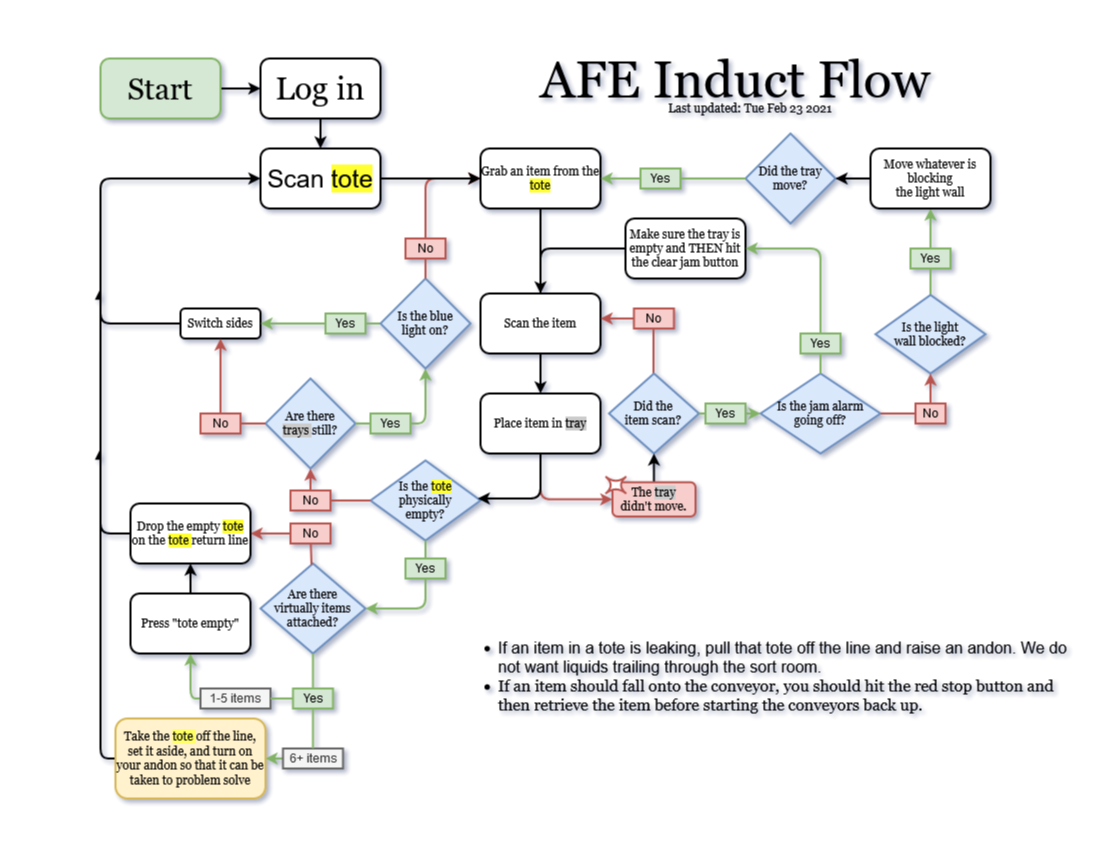
Pshock13/shocklp keeps this draw.io diagram as media/AFE_Flows-Induct.png. Above is the earlier version. Source tidied: cells renumbered, new cells last; positions are measured from the earlier drawing's top-left corner, leaving out a move shared by most shapes.
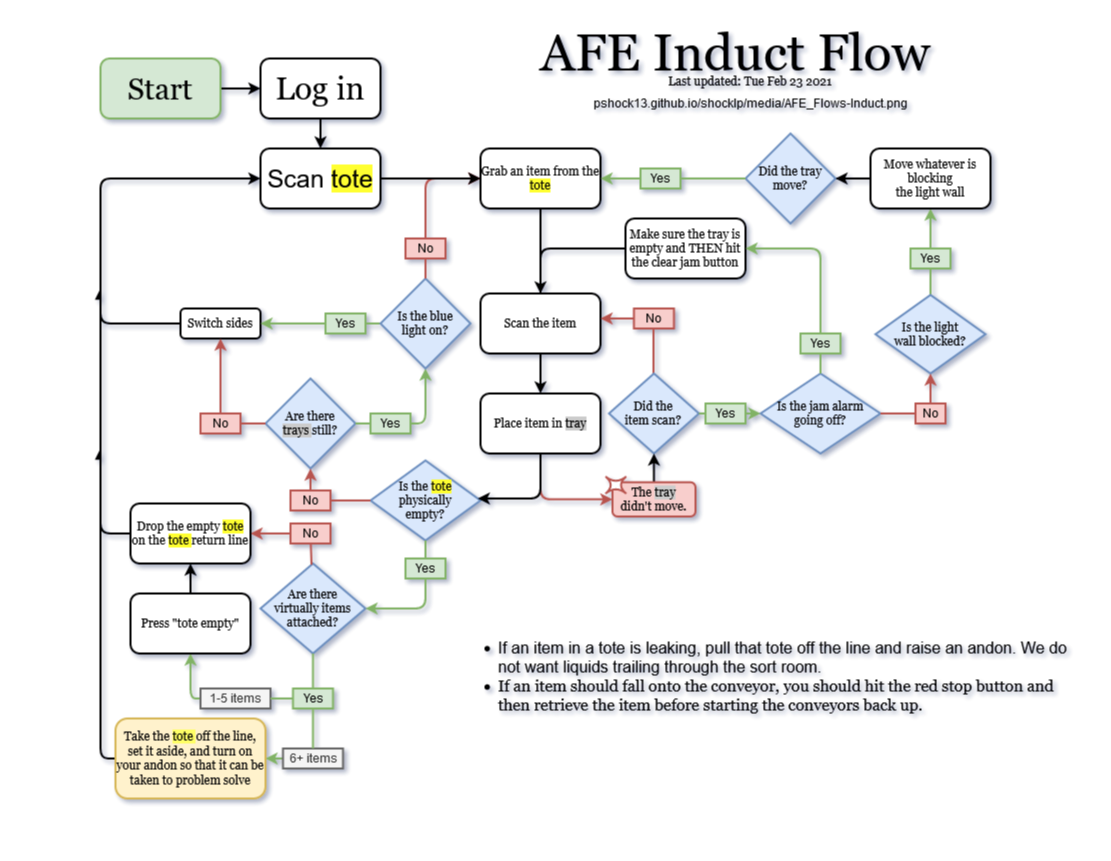
Above is the later version.

Commit message:
update media w/ links

Change to the diagram source:
```diff
@@ -307,7 +307,7 @@
     </mxCell>
     <object id="59" label="&lt;font face=&quot;Georgia&quot;&gt;Last updated: %date{ddd mmm dd yyyy}%&lt;/font&gt;" placeholders="1">
       <mxCell style="text;html=1;strokeColor=none;fillColor=none;align=center;verticalAlign=middle;whiteSpace=wrap;overflow=hidden;rounded=0;strokeWidth=2;" parent="1" vertex="1">
-        <mxGeometry x="560" y="40" width="200" height="20" as="geometry" />
+        <mxGeometry x="560" y="13" width="200" height="20" as="geometry" />
       </mxCell>
     </object>
     <mxCell id="60" value="&lt;div&gt;&lt;font face=&quot;Georgia&quot;&gt;Are there&lt;/font&gt;&lt;/div&gt;&lt;div&gt;&lt;font face=&quot;Georgia&quot;&gt;virtually items attached?&lt;/font&gt;&lt;/div&gt;" style="rhombus;whiteSpace=wrap;html=1;rounded=0;fillColor=#dae8fc;strokeColor=#6c8ebf;align=center;strokeWidth=2;" parent="1" vertex="1">
@@ -425,10 +425,13 @@
       </mxGeometry>
     </mxCell>
     <mxCell id="89" value="&lt;font style=&quot;font-size: 52px&quot; face=&quot;Georgia&quot;&gt;AFE Induct Flow&lt;/font&gt;" style="text;html=1;strokeColor=none;fillColor=none;align=center;verticalAlign=middle;whiteSpace=wrap;rounded=0;strokeWidth=2;" parent="1" vertex="1">
-      <mxGeometry x="380" y="10" width="530" height="20" as="geometry" />
+      <mxGeometry x="380" y="-17" width="530" height="20" as="geometry" />
     </mxCell>
     <mxCell id="90" value="&lt;div style=&quot;font-size: 16px&quot; align=&quot;left&quot;&gt;&lt;ul&gt;&lt;li&gt;&lt;font style=&quot;font-size: 16px&quot;&gt;If an item in a tote is leaking, pull that tote off the line and raise an andon. We do not want liquids trailing through the sort room.&lt;/font&gt;&lt;/li&gt;&lt;li&gt;&lt;font style=&quot;font-size: 16px&quot; face=&quot;Georgia&quot;&gt;If an item should fall onto the conveyor, you should hit the red stop button and then retrieve the item before starting the conveyors back up.&lt;/font&gt;&lt;/li&gt;&lt;/ul&gt;&lt;/div&gt;" style="text;html=1;strokeColor=none;fillColor=none;align=left;verticalAlign=middle;whiteSpace=wrap;rounded=0;strokeWidth=2;" parent="1" vertex="1">
       <mxGeometry x="366" y="471" width="621" height="293" as="geometry" />
     </mxCell>
+    <mxCell id="91" value="&lt;div align=&quot;center&quot;&gt;pshock13.github.io/shocklp/media/AFE_Flows-Induct.png&lt;/div&gt;" style="text;html=1;align=center;verticalAlign=middle;" parent="1" vertex="1">
+      <mxGeometry x="498" y="36" width="324" height="18" as="geometry" />
+    </mxCell>
   </root>
 </mxGraphModel>
```
